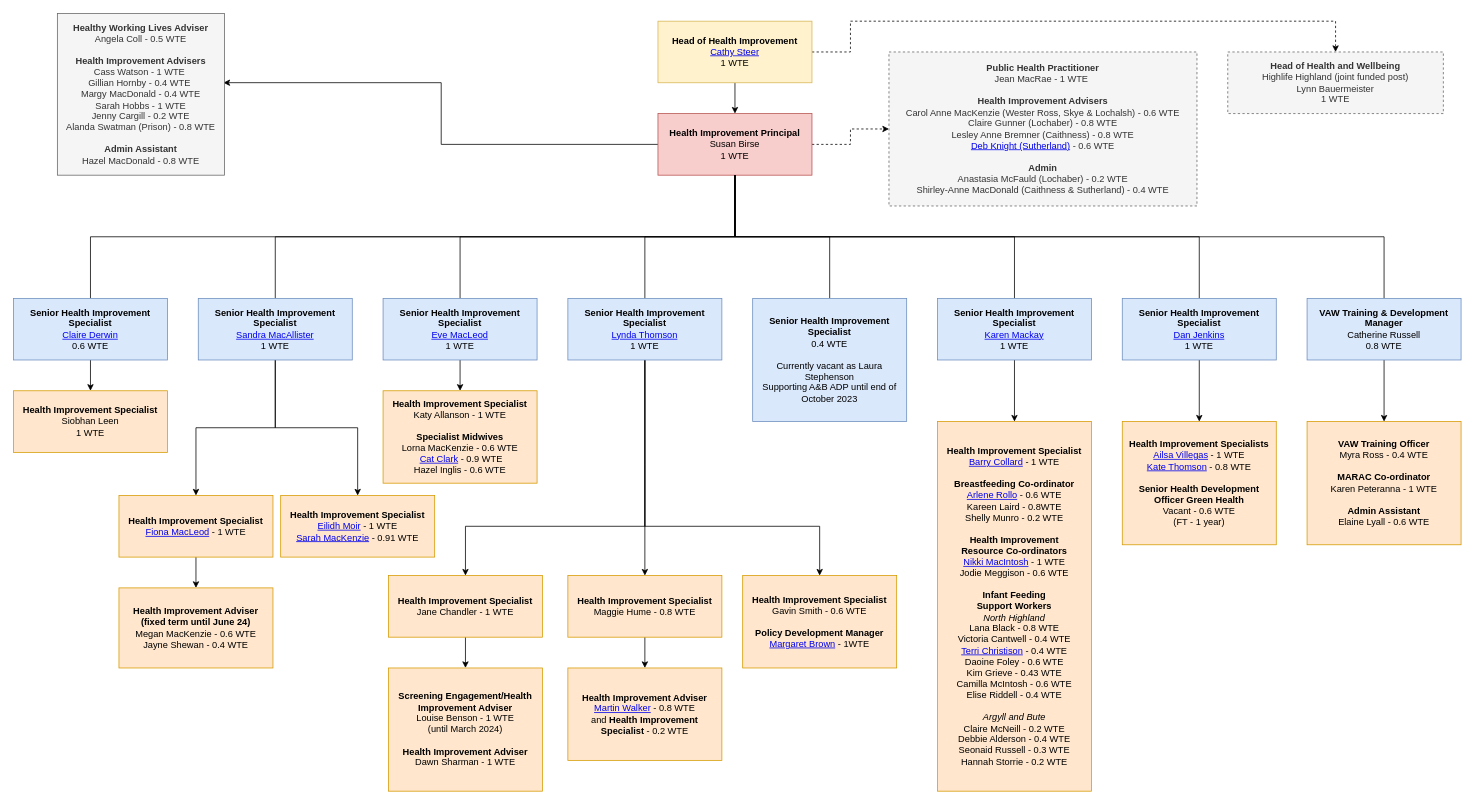
The draw.io diagram Untitled Diagram.drawio in barrycollard/staffOrgChart, before the edit. Source tidied: cells renumbered, new cells numbered last; positions are measured from the earlier drawing's top-left corner, leaving out a move shared by most shapes. Both pictures are drawn from the tidied source at 77%, with x=0, y=0 at pixel (13, 13).
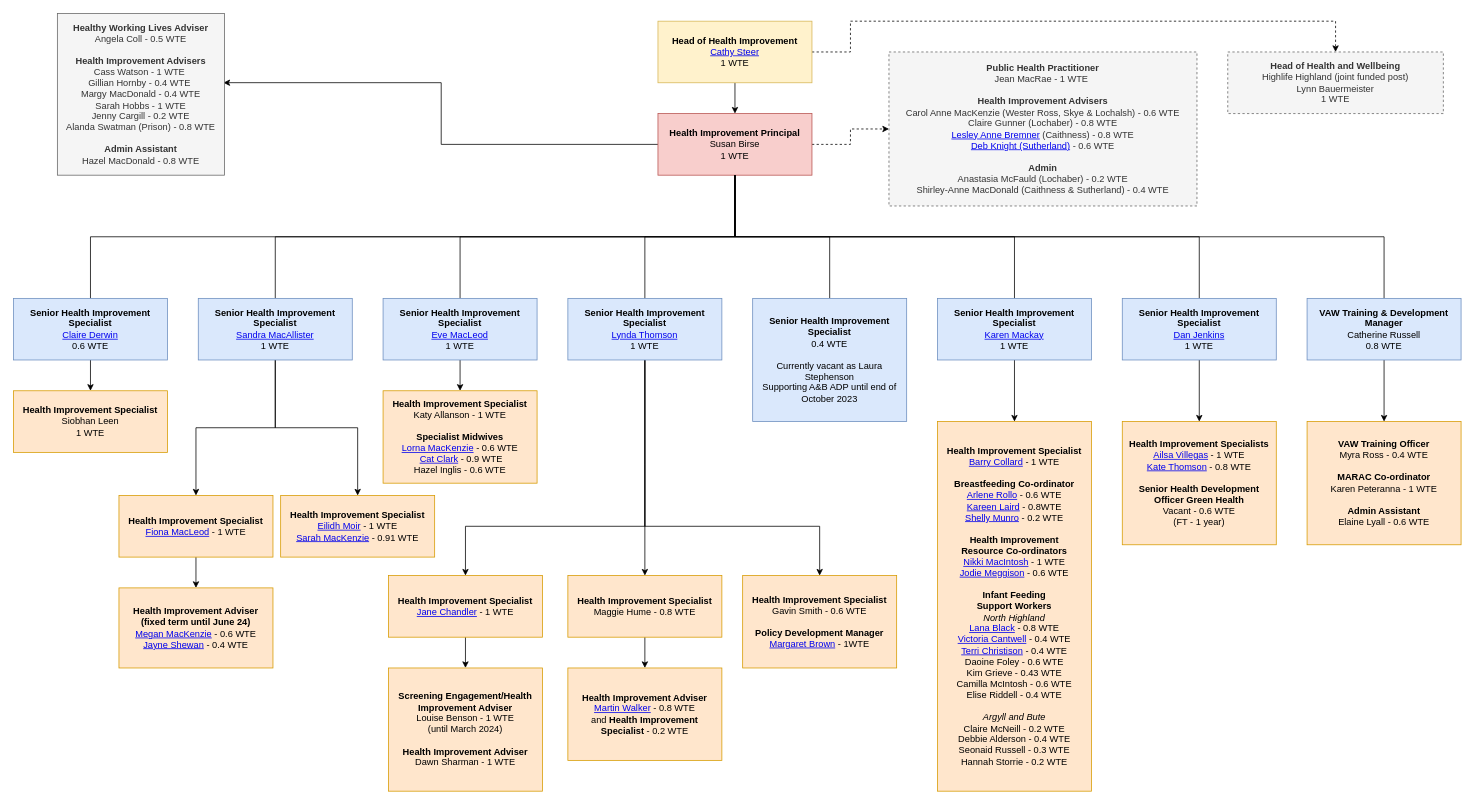
The same diagram, later.

Commit message:
First batch of names fully added

Change to the diagram source:
```diff
@@
-    <mxCell id="32" value="&lt;div&gt;&lt;b&gt;Health Improvement Specialist&lt;/b&gt;&lt;/div&gt;&lt;div&gt;Katy Allanson - 1 WTE&lt;/div&gt;&lt;div&gt;&lt;br&gt;&lt;/div&gt;&lt;div&gt;&lt;b&gt;Specialist Midwives&lt;/b&gt;&lt;/div&gt;&lt;div&gt;&lt;div&gt;Lorna MacKenzie - 0.6 WTE&lt;/div&gt;&lt;div&gt;&amp;nbsp;&lt;a href=&quot;https://nhshighland.publichealth.scot.nhs.uk/staff/cat-clark/&quot;&gt;Cat Clark&lt;/a&gt; - 0.9 WTE&lt;/div&gt;&lt;div&gt;Hazel Inglis - 0.6 WTE&lt;/div&gt;&lt;/div&gt;" style="rounded=0;whiteSpace=wrap;html=1;fillColor=#ffe6cc;strokeColor=#d79b00;" parent="1" vertex="1">
+    <mxCell id="32" value="&lt;div&gt;&lt;b&gt;Health Improvement Specialist&lt;/b&gt;&lt;/div&gt;&lt;div&gt;Katy Allanson - 1 WTE&lt;/div&gt;&lt;div&gt;&lt;br&gt;&lt;/div&gt;&lt;div&gt;&lt;b&gt;Specialist Midwives&lt;/b&gt;&lt;/div&gt;&lt;div&gt;&lt;div&gt;&lt;a href=&quot;https://nhshighland.publichealth.scot.nhs.uk/staff/lorna-mackenzie/&quot;&gt;Lorna MacKenzie&lt;/a&gt; - 0.6 WTE&lt;/div&gt;&lt;div&gt;&amp;nbsp;&lt;a href=&quot;https://nhshighland.publichealth.scot.nhs.uk/staff/cat-clark/&quot;&gt;Cat Clark&lt;/a&gt; - 0.9 WTE&lt;/div&gt;&lt;div&gt;Hazel Inglis - 0.6 WTE&lt;/div&gt;&lt;/div&gt;" style="rounded=0;whiteSpace=wrap;html=1;fillColor=#ffe6cc;strokeColor=#d79b00;" parent="1" vertex="1">
       <mxGeometry x="480" y="490" width="200" height="120" as="geometry" />
     </mxCell>
@@
-    <mxCell id="34" value="&lt;div&gt;&lt;b&gt;Health Improvement Specialist&lt;/b&gt;&lt;/div&gt;&lt;div&gt;Jane Chandler - 1 WTE&lt;/div&gt;" style="rounded=0;whiteSpace=wrap;html=1;fillColor=#ffe6cc;strokeColor=#d79b00;" parent="1" vertex="1">
+    <mxCell id="34" value="&lt;div&gt;&lt;b&gt;Health Improvement Specialist&lt;/b&gt;&lt;/div&gt;&lt;div&gt;&lt;a href=&quot;https://nhshighland.publichealth.scot.nhs.uk/staff/jane-chandler/&quot;&gt;Jane Chandler&lt;/a&gt; - 1 WTE&lt;/div&gt;" style="rounded=0;whiteSpace=wrap;html=1;fillColor=#ffe6cc;strokeColor=#d79b00;" parent="1" vertex="1">
       <mxGeometry x="487" y="730" width="200" height="80" as="geometry" />
     </mxCell>
-    <mxCell id="35" value="&lt;div&gt;&lt;b&gt;Health Improvement Specialist&lt;/b&gt;&lt;/div&gt;&lt;div&gt;&lt;a href=&quot;https://nhshighland.publichealth.scot.nhs.uk/staff/barry-collard/&quot;&gt;Barry Collard&lt;/a&gt; - 1 WTE&lt;/div&gt;&lt;div&gt;&lt;b&gt;&lt;br&gt;&lt;/b&gt;&lt;/div&gt;&lt;div&gt;&lt;b&gt;Breastfeeding Co-ordinator&lt;/b&gt;&lt;/div&gt;&lt;div&gt;&lt;a href=&quot;https://nhshighland.publichealth.scot.nhs.uk/staff/arlene-rollo/&quot;&gt;Arlene Rollo&lt;/a&gt; - 0.6 WTE&lt;/div&gt;&lt;div&gt;&lt;div&gt;Kareen Laird - 0.8WTE&lt;/div&gt;&lt;div&gt;Shelly Munro - 0.2 WTE&lt;/div&gt;&lt;/div&gt;&lt;div&gt;&lt;b&gt;&lt;br&gt;&lt;/b&gt;&lt;/div&gt;&lt;b&gt;Health Improvement &lt;br&gt;Resource Co-ordinators&lt;/b&gt;&lt;br&gt;&lt;div&gt;&lt;a href=&quot;https://nhshighland.publichealth.scot.nhs.uk/staff/nicola-mcintosh-2/&quot;&gt;Nikki MacIntosh&lt;/a&gt; - 1 WTE&lt;/div&gt;&lt;div&gt;Jodie Meggison - 0.6 WTE&lt;/div&gt;&lt;div&gt;&lt;b&gt;&lt;br&gt;&lt;/b&gt;&lt;/div&gt;&lt;div&gt;&lt;b&gt;Infant Feeding&lt;br&gt;Support Workers&lt;/b&gt;&lt;/div&gt;&lt;div&gt;&lt;div style=&quot;&quot;&gt;&lt;i&gt;North Highland&lt;/i&gt;&lt;/div&gt;&lt;div style=&quot;&quot;&gt;Lana Black - 0.8 WTE&lt;/div&gt;&lt;div style=&quot;&quot;&gt;Victoria Cantwell - 0.4 WTE&lt;/div&gt;&lt;div style=&quot;&quot;&gt;&lt;a href=&quot;https://nhshighland.publichealth.scot.nhs.uk/staff/terri-christison/&quot;&gt;Terri Christison&lt;/a&gt; - 0.4 WTE&lt;/div&gt;&lt;div style=&quot;&quot;&gt;Daoine Foley - 0.6 WTE&lt;/div&gt;&lt;div style=&quot;&quot;&gt;Kim Grieve - 0.43 WTE&lt;/div&gt;&lt;div style=&quot;&quot;&gt;Camilla McIntosh - 0.6 WTE&lt;/div&gt;&lt;div style=&quot;&quot;&gt;Elise Riddell - 0.4 WTE&lt;/div&gt;&lt;div style=&quot;&quot;&gt;&lt;br&gt;&lt;/div&gt;&lt;div style=&quot;&quot;&gt;&lt;i&gt;Argyll and Bute&lt;/i&gt;&lt;/div&gt;&lt;div style=&quot;&quot;&gt;Claire&amp;nbsp;McNeill&amp;nbsp;- 0.2 WTE&lt;/div&gt;&lt;div style=&quot;&quot;&gt;Debbie Alderson - 0.4 WTE&lt;/div&gt;&lt;div style=&quot;&quot;&gt;Seonaid Russell - 0.3 WTE&lt;/div&gt;&lt;div style=&quot;&quot;&gt;Hannah Storrie - 0.2 WTE&lt;/div&gt;&lt;/div&gt;" style="rounded=0;whiteSpace=wrap;html=1;fillColor=#ffe6cc;strokeColor=#d79b00;" parent="1" vertex="1">
+    <mxCell id="35" value="&lt;div&gt;&lt;b&gt;Health Improvement Specialist&lt;/b&gt;&lt;/div&gt;&lt;div&gt;&lt;a href=&quot;https://nhshighland.publichealth.scot.nhs.uk/staff/barry-collard/&quot;&gt;Barry Collard&lt;/a&gt; - 1 WTE&lt;/div&gt;&lt;div&gt;&lt;b&gt;&lt;br&gt;&lt;/b&gt;&lt;/div&gt;&lt;div&gt;&lt;b&gt;Breastfeeding Co-ordinator&lt;/b&gt;&lt;/div&gt;&lt;div&gt;&lt;a href=&quot;https://nhshighland.publichealth.scot.nhs.uk/staff/arlene-rollo/&quot;&gt;Arlene Rollo&lt;/a&gt; - 0.6 WTE&lt;/div&gt;&lt;div&gt;&lt;div&gt;&lt;a href=&quot;https://nhshighland.publichealth.scot.nhs.uk/staff/kareen-laird/&quot;&gt;Kareen Laird&lt;/a&gt; - 0.8WTE&lt;/div&gt;&lt;div&gt;&lt;a href=&quot;https://nhshighland.publichealth.scot.nhs.uk/staff/shelly-munro/&quot;&gt;Shelly Munro&lt;/a&gt; - 0.2 WTE&lt;/div&gt;&lt;/div&gt;&lt;div&gt;&lt;b&gt;&lt;br&gt;&lt;/b&gt;&lt;/div&gt;&lt;b&gt;Health Improvement &lt;br&gt;Resource Co-ordinators&lt;/b&gt;&lt;br&gt;&lt;div&gt;&lt;a href=&quot;https://nhshighland.publichealth.scot.nhs.uk/staff/nicola-mcintosh-2/&quot;&gt;Nikki MacIntosh&lt;/a&gt; - 1 WTE&lt;/div&gt;&lt;div&gt;&lt;a href=&quot;https://nhshighland.publichealth.scot.nhs.uk/staff/jodie-meggison/&quot;&gt;Jodie Meggison&lt;/a&gt; - 0.6 WTE&lt;/div&gt;&lt;div&gt;&lt;b&gt;&lt;br&gt;&lt;/b&gt;&lt;/div&gt;&lt;div&gt;&lt;b&gt;Infant Feeding&lt;br&gt;Support Workers&lt;/b&gt;&lt;/div&gt;&lt;div&gt;&lt;div style=&quot;&quot;&gt;&lt;i&gt;North Highland&lt;/i&gt;&lt;/div&gt;&lt;div style=&quot;&quot;&gt;&lt;a href=&quot;https://nhshighland.publichealth.scot.nhs.uk/staff/lana-black/&quot;&gt;Lana Black&lt;/a&gt; - 0.8 WTE&lt;/div&gt;&lt;div style=&quot;&quot;&gt;&lt;a href=&quot;https://nhshighland.publichealth.scot.nhs.uk/staff/victoria-cantwell/&quot;&gt;Victoria Cantwell&lt;/a&gt; - 0.4 WTE&lt;/div&gt;&lt;div style=&quot;&quot;&gt;&lt;a href=&quot;https://nhshighland.publichealth.scot.nhs.uk/staff/terri-christison/&quot;&gt;Terri Christison&lt;/a&gt; - 0.4 WTE&lt;/div&gt;&lt;div style=&quot;&quot;&gt;Daoine Foley - 0.6 WTE&lt;/div&gt;&lt;div style=&quot;&quot;&gt;Kim Grieve - 0.43 WTE&lt;/div&gt;&lt;div style=&quot;&quot;&gt;Camilla McIntosh - 0.6 WTE&lt;/div&gt;&lt;div style=&quot;&quot;&gt;Elise Riddell - 0.4 WTE&lt;/div&gt;&lt;div style=&quot;&quot;&gt;&lt;br&gt;&lt;/div&gt;&lt;div style=&quot;&quot;&gt;&lt;i&gt;Argyll and Bute&lt;/i&gt;&lt;/div&gt;&lt;div style=&quot;&quot;&gt;Claire&amp;nbsp;McNeill&amp;nbsp;- 0.2 WTE&lt;/div&gt;&lt;div style=&quot;&quot;&gt;Debbie Alderson - 0.4 WTE&lt;/div&gt;&lt;div style=&quot;&quot;&gt;Seonaid Russell - 0.3 WTE&lt;/div&gt;&lt;div style=&quot;&quot;&gt;Hannah Storrie - 0.2 WTE&lt;/div&gt;&lt;/div&gt;" style="rounded=0;whiteSpace=wrap;html=1;fillColor=#ffe6cc;strokeColor=#d79b00;" parent="1" vertex="1">
       <mxGeometry x="1200" y="530" width="200" height="480" as="geometry" />
     </mxCell>
@@
-    <mxCell id="46" value="&lt;div&gt;&lt;b&gt;Health Improvement Adviser&lt;/b&gt;&lt;/div&gt;&lt;div&gt;&lt;b&gt;(fixed term until June 24)&lt;/b&gt;&lt;/div&gt;&lt;div&gt;&lt;div&gt;Megan MacKenzie - 0.6 WTE&lt;/div&gt;&lt;div&gt;Jayne Shewan - 0.4 WTE&lt;/div&gt;&lt;/div&gt;" style="rounded=0;whiteSpace=wrap;html=1;fillColor=#ffe6cc;strokeColor=#d79b00;" parent="1" vertex="1">
+    <mxCell id="46" value="&lt;div&gt;&lt;b&gt;Health Improvement Adviser&lt;/b&gt;&lt;/div&gt;&lt;div&gt;&lt;b&gt;(fixed term until June 24)&lt;/b&gt;&lt;/div&gt;&lt;div&gt;&lt;div&gt;&lt;a href=&quot;https://nhshighland.publichealth.scot.nhs.uk/staff/megan-mackenzie/&quot;&gt;Megan MacKenzie&lt;/a&gt; - 0.6 WTE&lt;/div&gt;&lt;div&gt;&lt;a href=&quot;https://nhshighland.publichealth.scot.nhs.uk/staff/jayne-shewan/&quot;&gt;Jayne Shewan&lt;/a&gt; - 0.4 WTE&lt;/div&gt;&lt;/div&gt;" style="rounded=0;whiteSpace=wrap;html=1;fillColor=#ffe6cc;strokeColor=#d79b00;" parent="1" vertex="1">
       <mxGeometry x="137" y="746" width="200" height="104" as="geometry" />
     </mxCell>
@@
-    <mxCell id="51" value="&lt;div style=&quot;border-color: var(--border-color);&quot;&gt;&lt;div style=&quot;border-color: var(--border-color);&quot;&gt;&lt;b&gt;Public Health Practitioner&lt;/b&gt;&lt;/div&gt;&lt;div style=&quot;border-color: var(--border-color);&quot;&gt;Jean MacRae - 1 WTE&amp;nbsp;&lt;br&gt;&lt;/div&gt;&lt;div style=&quot;border-color: var(--border-color);&quot;&gt;&lt;br&gt;&lt;/div&gt;&lt;div style=&quot;border-color: var(--border-color);&quot;&gt;&lt;b&gt;Health Improvement Advisers&lt;/b&gt;&lt;/div&gt;&lt;div style=&quot;border-color: var(--border-color);&quot;&gt;Carol Anne MacKenzie (Wester Ross, Skye &amp;amp; Lochalsh) - 0.6 WTE&lt;/div&gt;&lt;div style=&quot;border-color: var(--border-color);&quot;&gt;Claire Gunner (Lochaber) - 0.8 WTE&lt;/div&gt;&lt;div style=&quot;border-color: var(--border-color);&quot;&gt;Lesley Anne Bremner (Caithness) - 0.8 WTE&lt;/div&gt;&lt;div style=&quot;border-color: var(--border-color);&quot;&gt;&lt;a href=&quot;https://nhshighland.publichealth.scot.nhs.uk/staff/deborah-knight/&quot;&gt;Deb Knight (Sutherland)&lt;/a&gt; - 0.6 WTE&lt;/div&gt;&lt;div style=&quot;border-color: var(--border-color);&quot;&gt;&lt;br&gt;&lt;/div&gt;&lt;div style=&quot;border-color: var(--border-color);&quot;&gt;&lt;b&gt;Admin&lt;/b&gt;&lt;/div&gt;&lt;div style=&quot;border-color: var(--border-color);&quot;&gt;&lt;span style=&quot;background-color: initial;&quot;&gt;Anastasia McFauld (Lochaber) - 0.2 WTE&lt;/span&gt;&lt;br&gt;&lt;/div&gt;&lt;div style=&quot;border-color: var(--border-color);&quot;&gt;Shirley-Anne MacDonald (Caithness &amp;amp; Sutherland) - 0.4 WTE&lt;/div&gt;&lt;/div&gt;" style="rounded=0;whiteSpace=wrap;html=1;dashed=1;fillColor=#f5f5f5;fontColor=#333333;strokeColor=#666666;" parent="1" vertex="1">
+    <mxCell id="51" value="&lt;div style=&quot;border-color: var(--border-color);&quot;&gt;&lt;div style=&quot;border-color: var(--border-color);&quot;&gt;&lt;b&gt;Public Health Practitioner&lt;/b&gt;&lt;/div&gt;&lt;div style=&quot;border-color: var(--border-color);&quot;&gt;Jean MacRae - 1 WTE&amp;nbsp;&lt;br&gt;&lt;/div&gt;&lt;div style=&quot;border-color: var(--border-color);&quot;&gt;&lt;br&gt;&lt;/div&gt;&lt;div style=&quot;border-color: var(--border-color);&quot;&gt;&lt;b&gt;Health Improvement Advisers&lt;/b&gt;&lt;/div&gt;&lt;div style=&quot;border-color: var(--border-color);&quot;&gt;Carol Anne MacKenzie (Wester Ross, Skye &amp;amp; Lochalsh) - 0.6 WTE&lt;/div&gt;&lt;div style=&quot;border-color: var(--border-color);&quot;&gt;Claire Gunner (Lochaber) - 0.8 WTE&lt;/div&gt;&lt;div style=&quot;border-color: var(--border-color);&quot;&gt;&lt;a href=&quot;https://nhshighland.publichealth.scot.nhs.uk/staff/lesley-anne-bremner/&quot;&gt;Lesley Anne Bremner&lt;/a&gt; (Caithness) - 0.8 WTE&lt;/div&gt;&lt;div style=&quot;border-color: var(--border-color);&quot;&gt;&lt;a href=&quot;https://nhshighland.publichealth.scot.nhs.uk/staff/deborah-knight/&quot;&gt;Deb Knight (Sutherland)&lt;/a&gt; - 0.6 WTE&lt;/div&gt;&lt;div style=&quot;border-color: var(--border-color);&quot;&gt;&lt;br&gt;&lt;/div&gt;&lt;div style=&quot;border-color: var(--border-color);&quot;&gt;&lt;b&gt;Admin&lt;/b&gt;&lt;/div&gt;&lt;div style=&quot;border-color: var(--border-color);&quot;&gt;&lt;span style=&quot;background-color: initial;&quot;&gt;Anastasia McFauld (Lochaber) - 0.2 WTE&lt;/span&gt;&lt;br&gt;&lt;/div&gt;&lt;div style=&quot;border-color: var(--border-color);&quot;&gt;Shirley-Anne MacDonald (Caithness &amp;amp; Sutherland) - 0.4 WTE&lt;/div&gt;&lt;/div&gt;" style="rounded=0;whiteSpace=wrap;html=1;dashed=1;fillColor=#f5f5f5;fontColor=#333333;strokeColor=#666666;" parent="1" vertex="1">
       <mxGeometry x="1137" y="50" width="400" height="200" as="geometry" />
     </mxCell>
```
